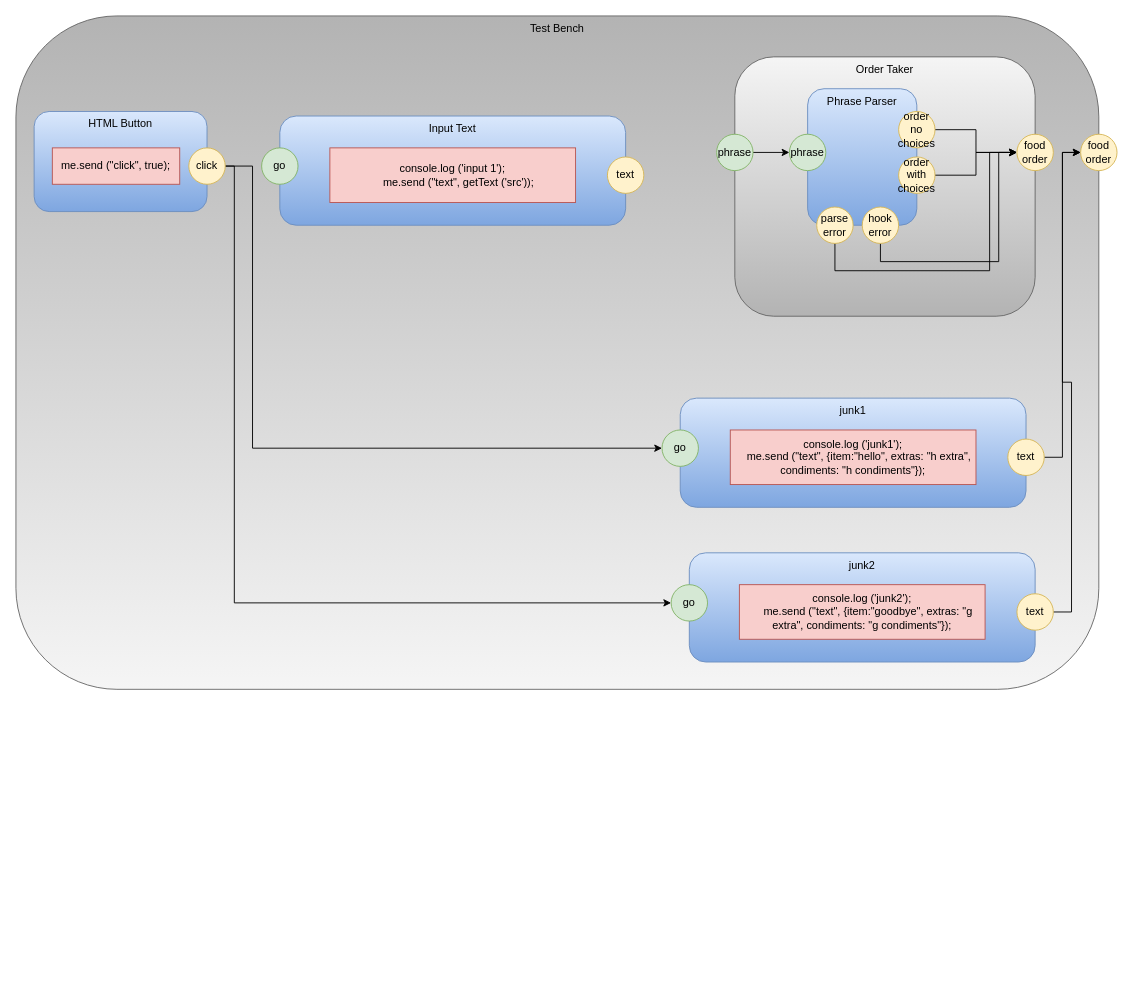
Earlier version of the draw.io diagram testbench.drawio (guitarvydas/hamburgerworkbenchD0D). Source tidied: cells renumbered, new cells numbered last; positions are measured from the earlier drawing's top-left corner, leaving out a move shared by most shapes. Both pictures are drawn from the tidied source at 91%, with x=0, y=0 at pixel (15, 15).
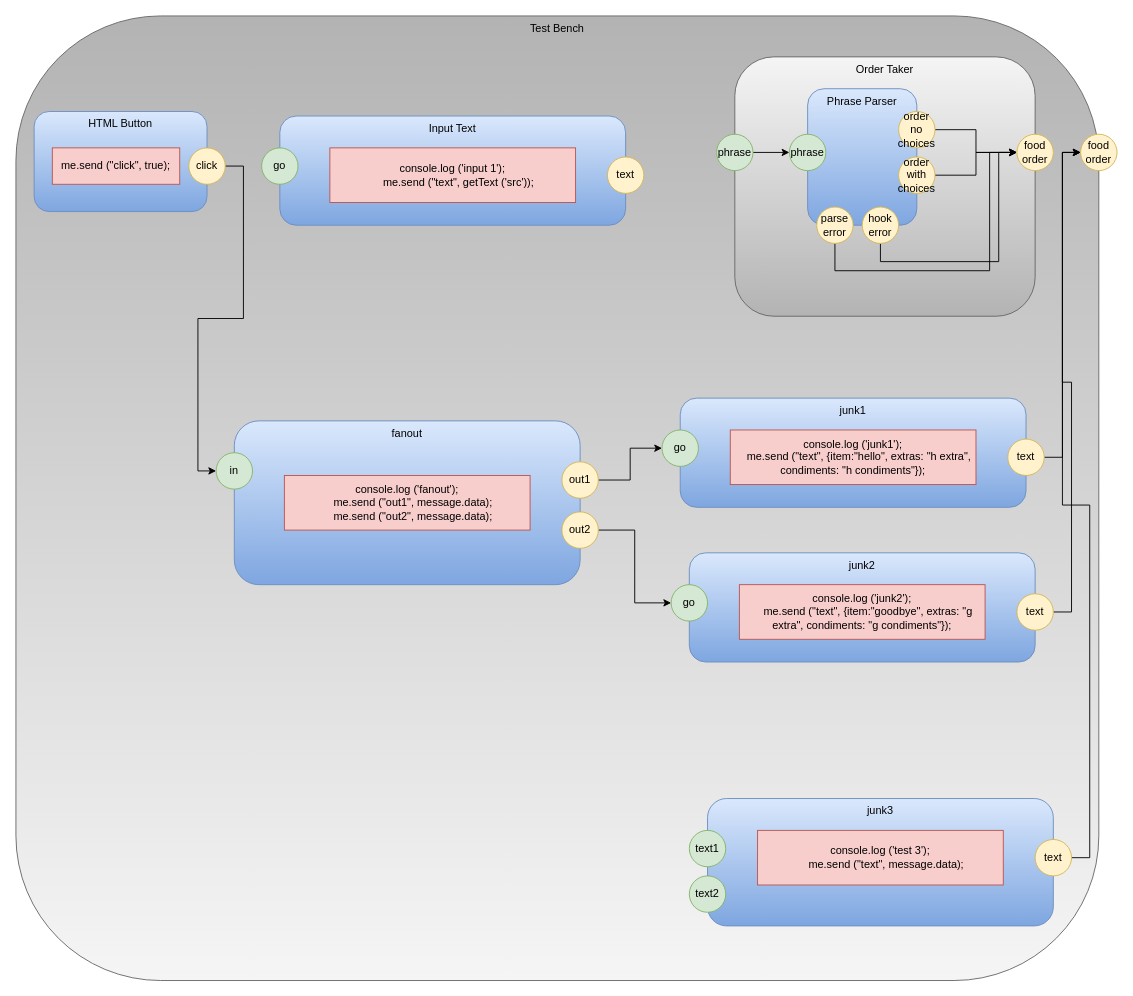
The same page after the edit.

Commit message (it also covers changes not shown here):
fanout part to workaround fanout not working

Unchanged cells that the change refers to:
```xml
<mxCell id="10" value="click" style="ellipse;whiteSpace=wrap;html=1;fillColor=#fff2cc;strokeColor=#d6b656;" parent="1" vertex="1">
  <mxGeometry x="190" y="145" width="40" height="40" as="geometry" />
</mxCell>
<mxCell id="14" value="food order" style="ellipse;whiteSpace=wrap;html=1;fillColor=#fff2cc;strokeColor=#d6b656;" parent="1" vertex="1">
  <mxGeometry x="1170" y="130" width="40" height="40" as="geometry" />
</mxCell>
<mxCell id="30" value="go" style="ellipse;whiteSpace=wrap;html=1;fillColor=#d5e8d4;strokeColor=#82b366;" parent="1" vertex="1">
  <mxGeometry x="710" y="455" width="40" height="40" as="geometry" />
</mxCell>
<mxCell id="35" value="go" style="ellipse;whiteSpace=wrap;html=1;fillColor=#d5e8d4;strokeColor=#82b366;" parent="1" vertex="1">
  <mxGeometry x="720" y="625" width="40" height="40" as="geometry" />
</mxCell>
```

Diff of the diagram source:
```diff
@@
     <mxCell id="2" value="Test Bench" style="rounded=1;whiteSpace=wrap;html=1;horizontal=1;verticalAlign=top;gradientColor=#b3b3b3;fillColor=#f5f5f5;strokeColor=#666666;gradientDirection=north;" parent="1" vertex="1">
-      <mxGeometry width="1190" height="740" as="geometry" />
+      <mxGeometry width="1190" height="1060" as="geometry" />
     </mxCell>
@@
-    <mxCell id="8" style="edgeStyle=orthogonalEdgeStyle;rounded=0;jettySize=auto;html=1;exitX=1;exitY=0.5;exitDx=0;exitDy=0;entryX=0;entryY=0.5;entryDx=0;entryDy=0;" parent="1" edge="1" source="10" target="30">
-      <mxGeometry relative="1" as="geometry">
-        <Array as="points">
-          <mxPoint x="260" y="165" />
-          <mxPoint x="260" y="475" />
-        </Array>
-      </mxGeometry>
-    </mxCell>
-    <mxCell id="9" style="edgeStyle=orthogonalEdgeStyle;rounded=0;jettySize=auto;html=1;exitX=1;exitY=0.5;exitDx=0;exitDy=0;entryX=0;entryY=0.5;entryDx=0;entryDy=0;" parent="1" edge="1" source="10" target="35">
-      <mxGeometry relative="1" as="geometry">
-        <Array as="points">
-          <mxPoint x="240" y="165" />
-          <mxPoint x="240" y="645" />
-        </Array>
-      </mxGeometry>
-    </mxCell>
+    <mxCell id="37" style="edgeStyle=orthogonalEdgeStyle;rounded=0;jettySize=auto;html=1;exitX=1;exitY=0.5;exitDx=0;exitDy=0;entryX=0;entryY=0.5;entryDx=0;entryDy=0;" parent="1" edge="1" source="10" target="47">
+      <mxGeometry relative="1" as="geometry" />
+    </mxCell>
@@
+    <mxCell id="38" value="junk3" style="rounded=1;whiteSpace=wrap;html=1;fillColor=#dae8fc;strokeColor=#6c8ebf;gradientColor=#7ea6e0;verticalAlign=top;" parent="1" vertex="1">
+      <mxGeometry x="760" y="860" width="380" height="140" as="geometry" />
+    </mxCell>
+    <mxCell id="39" style="edgeStyle=orthogonalEdgeStyle;rounded=0;jettySize=auto;html=1;exitX=1;exitY=0.5;exitDx=0;exitDy=0;entryX=0;entryY=0.5;entryDx=0;entryDy=0;" parent="1" edge="1" source="40" target="14">
+      <mxGeometry relative="1" as="geometry" />
+    </mxCell>
+    <mxCell id="40" value="text" style="ellipse;whiteSpace=wrap;html=1;fillColor=#fff2cc;strokeColor=#d6b656;" parent="1" vertex="1">
+      <mxGeometry x="1120" y="905" width="40" height="40" as="geometry" />
+    </mxCell>
+    <mxCell id="41" value="text1" style="ellipse;whiteSpace=wrap;html=1;fillColor=#d5e8d4;strokeColor=#82b366;" parent="1" vertex="1">
+      <mxGeometry x="740" y="895" width="40" height="40" as="geometry" />
+    </mxCell>
+    <mxCell id="42" value="&lt;div&gt;console.log ('test 3');&lt;/div&gt;&lt;div&gt;&amp;nbsp; &amp;nbsp; me.send (&quot;text&quot;, message.data);&lt;/div&gt;" style="rounded=0;whiteSpace=wrap;html=1;fillColor=#f8cecc;strokeColor=#b85450;" parent="1" vertex="1">
+      <mxGeometry x="815" y="895" width="270" height="60" as="geometry" />
+    </mxCell>
+    <mxCell id="43" value="text2" style="ellipse;whiteSpace=wrap;html=1;fillColor=#d5e8d4;strokeColor=#82b366;" parent="1" vertex="1">
+      <mxGeometry x="740" y="945" width="40" height="40" as="geometry" />
+    </mxCell>
+    <mxCell id="44" value="fanout" style="rounded=1;whiteSpace=wrap;html=1;fillColor=#dae8fc;strokeColor=#6c8ebf;gradientColor=#7ea6e0;verticalAlign=top;" parent="1" vertex="1">
+      <mxGeometry x="240" y="445" width="380" height="180" as="geometry" />
+    </mxCell>
+    <mxCell id="45" style="edgeStyle=orthogonalEdgeStyle;rounded=0;jettySize=auto;html=1;exitX=1;exitY=0.5;exitDx=0;exitDy=0;entryX=0;entryY=0.5;entryDx=0;entryDy=0;" parent="1" edge="1" source="46" target="30">
+      <mxGeometry relative="1" as="geometry" />
+    </mxCell>
+    <mxCell id="46" value="out1" style="ellipse;whiteSpace=wrap;html=1;fillColor=#fff2cc;strokeColor=#d6b656;" parent="1" vertex="1">
+      <mxGeometry x="600" y="490" width="40" height="40" as="geometry" />
+    </mxCell>
+    <mxCell id="47" value="in" style="ellipse;whiteSpace=wrap;html=1;fillColor=#d5e8d4;strokeColor=#82b366;" parent="1" vertex="1">
+      <mxGeometry x="220" y="480" width="40" height="40" as="geometry" />
+    </mxCell>
+    <mxCell id="48" value="&lt;div&gt;console.log ('fanout');&lt;/div&gt;&lt;div&gt;&amp;nbsp; &amp;nbsp; me.send (&quot;out1&quot;, message.data);&lt;br&gt;&lt;/div&gt;&lt;div&gt;&amp;nbsp; &amp;nbsp; me.send (&quot;out2&quot;, message.data);&lt;br&gt;&lt;/div&gt;" style="rounded=0;whiteSpace=wrap;html=1;fillColor=#f8cecc;strokeColor=#b85450;" parent="1" vertex="1">
+      <mxGeometry x="295" y="505" width="270" height="60" as="geometry" />
+    </mxCell>
+    <mxCell id="49" style="edgeStyle=orthogonalEdgeStyle;rounded=0;jettySize=auto;html=1;exitX=1;exitY=0.5;exitDx=0;exitDy=0;entryX=0;entryY=0.5;entryDx=0;entryDy=0;" parent="1" edge="1" source="50" target="35">
+      <mxGeometry relative="1" as="geometry" />
+    </mxCell>
+    <mxCell id="50" value="out2" style="ellipse;whiteSpace=wrap;html=1;fillColor=#fff2cc;strokeColor=#d6b656;" parent="1" vertex="1">
+      <mxGeometry x="600" y="545" width="40" height="40" as="geometry" />
+    </mxCell>
```
